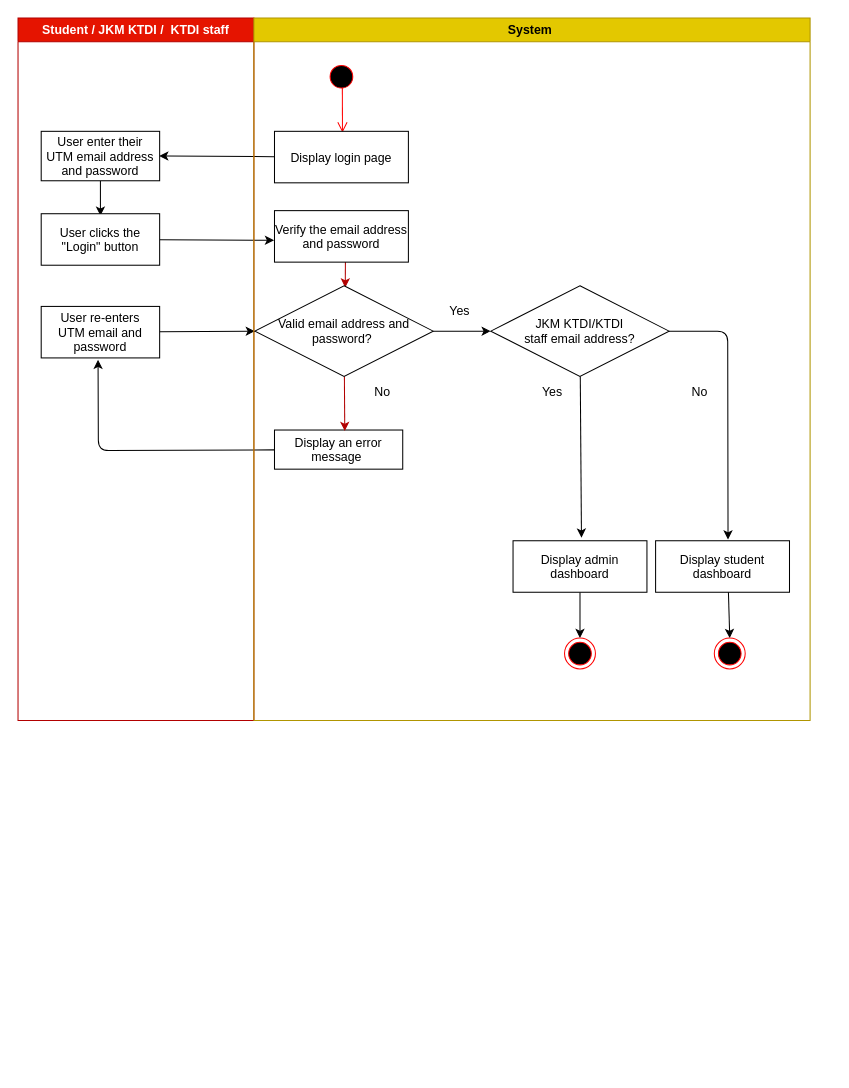
Earlier version of the draw.io diagram page "UC002activity" (9 of 10) of project/drawio/Curiousity/UML.drawio (drshahizan/software-engineering). Source tidied: cells renumbered, new cells numbered last; positions are measured from the earlier drawing's top-left corner, leaving out a move shared by most shapes. Both pictures are drawn from the tidied source at 103%, with x=0, y=0 at pixel (18, 18).
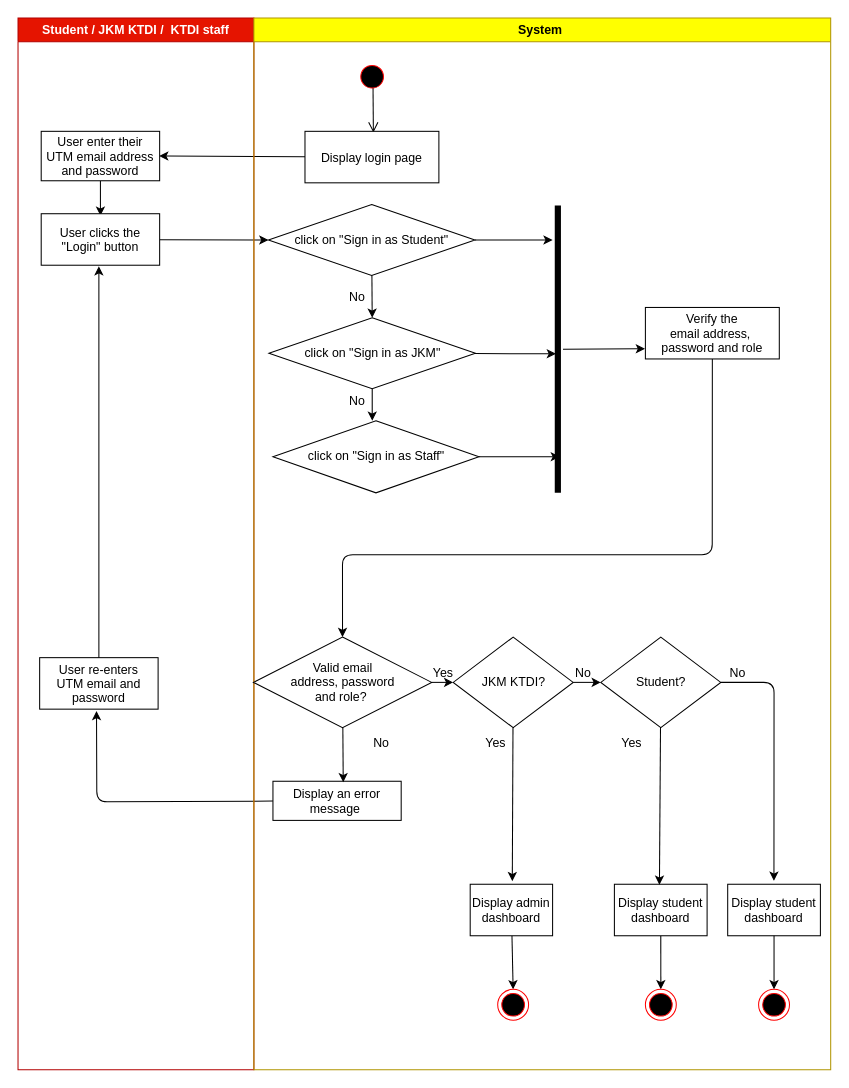
After the change.

The change refers to these unchanged cells:
```xml
<mxCell id="10" value="User clicks the &#10;&quot;Login&quot; button" parent="6" vertex="1">
  <mxGeometry x="22.5" y="190" width="115" height="50" as="geometry" />
</mxCell>
```

Change to the diagram source:
```diff
@@
-    <mxCell id="2" style="edgeStyle=none;html=1;entryX=0;entryY=0.5;entryDx=0;entryDy=0;" parent="1" edge="1" source="9" target="21">
-      <mxGeometry relative="1" as="geometry" />
-    </mxCell>
+    <mxCell id="34" style="edgeStyle=none;html=1;entryX=0;entryY=0.5;entryDx=0;entryDy=0;fontFamily=Helvetica;fontSize=12;fontColor=rgb(240, 240, 240);" parent="1" edge="1" source="10" target="57">
+      <mxGeometry relative="1" as="geometry" />
+    </mxCell>
     <mxCell id="3" style="edgeStyle=none;html=1;entryX=0.48;entryY=1.036;entryDx=0;entryDy=0;entryPerimeter=0;" parent="1" edge="1" source="18" target="9">
       <mxGeometry relative="1" as="geometry">
         <Array as="points">
-          <mxPoint x="78" y="420" />
+          <mxPoint x="76.5" y="761" />
         </Array>
       </mxGeometry>
     </mxCell>
-    <mxCell id="4" style="edgeStyle=none;html=1;entryX=-0.003;entryY=0.576;entryDx=0;entryDy=0;entryPerimeter=0;" parent="1" edge="1" source="10" target="15">
-      <mxGeometry relative="1" as="geometry" />
-    </mxCell>
@@
     <mxCell id="6" value="Student / JKM KTDI /  KTDI staff" style="swimlane;whiteSpace=wrap;fillColor=#e51400;fontColor=#ffffff;strokeColor=#B20000;startSize=23;" parent="1" vertex="1">
-      <mxGeometry width="229" height="682" as="geometry" />
+      <mxGeometry width="229" height="1021" as="geometry" />
     </mxCell>
@@
     <mxCell id="9" value="User re-enters&#10;UTM email and &#10;password" parent="6" vertex="1">
-      <mxGeometry x="22.5" y="280" width="115" height="50" as="geometry" />
+      <mxGeometry x="21" y="621" width="115" height="50" as="geometry" />
     </mxCell>
@@
-    <mxCell id="11" value="System " style="swimlane;whiteSpace=wrap;fillColor=#e3c800;fontColor=#000000;strokeColor=#B09500;startSize=23;" parent="1" vertex="1">
-      <mxGeometry x="229" width="540" height="682" as="geometry" />
+    <mxCell id="11" value="System " style="swimlane;whiteSpace=wrap;fillColor=#FFFF00;fontColor=#000000;strokeColor=#B09500;startSize=23;" parent="1" vertex="1">
+      <mxGeometry x="229" width="560" height="1021" as="geometry" />
     </mxCell>
-    <mxCell id="12" style="edgeStyle=elbowEdgeStyle;elbow=horizontal;verticalAlign=bottom;endArrow=open;endSize=8;strokeColor=#FF0000;endFill=1;rounded=0;entryX=0.506;entryY=0.025;entryDx=0;entryDy=0;entryPerimeter=0;exitX=0.529;exitY=0.865;exitDx=0;exitDy=0;exitPerimeter=0;" parent="11" edge="1" source="17" target="13">
-      <mxGeometry x="40" y="20" as="geometry" />
-    </mxCell>
+    <mxCell id="35" style="edgeStyle=elbowEdgeStyle;elbow=horizontal;verticalAlign=bottom;endArrow=open;endSize=8;strokeColor=#000000;endFill=1;rounded=0;entryX=0.506;entryY=0.025;entryDx=0;entryDy=0;entryPerimeter=0;exitX=0.529;exitY=0.865;exitDx=0;exitDy=0;exitPerimeter=0;" parent="11" edge="1" source="39" target="13">
+      <mxGeometry x="40" y="20" as="geometry" />
+    </mxCell>
     <mxCell id="13" value="Display login page" parent="11" vertex="1">
-      <mxGeometry x="20" y="110" width="130" height="50" as="geometry" />
+      <mxGeometry x="49.6" y="110" width="130" height="50" as="geometry" />
     </mxCell>
-    <mxCell id="14" style="edgeStyle=none;html=1;entryX=0.498;entryY=-0.007;entryDx=0;entryDy=0;entryPerimeter=0;fillColor=#e51400;strokeColor=#B20000;" parent="11" edge="1">
-      <mxGeometry relative="1" as="geometry">
-        <mxPoint x="89" y="212" as="sourcePoint" />
-        <mxPoint x="88.7" y="261.7" as="targetPoint" />
-      </mxGeometry>
-    </mxCell>
-    <mxCell id="15" value="Verify the email address&#10;and password" parent="11" vertex="1">
-      <mxGeometry x="20" y="187" width="130" height="50" as="geometry" />
-    </mxCell>
-    <mxCell id="16" value="No" style="text;strokeColor=none;align=center;fillColor=none;html=1;verticalAlign=middle;whiteSpace=wrap;rounded=0;" parent="11" vertex="1">
-      <mxGeometry x="403.1" y="348" width="60" height="30" as="geometry" />
-    </mxCell>
-    <mxCell id="17" style="ellipse;shape=startState;fillColor=#000000;strokeColor=#ff0000;" parent="11" vertex="1">
-      <mxGeometry x="70" y="42" width="30" height="30" as="geometry" />
-    </mxCell>
+    <mxCell id="36" style="edgeStyle=none;html=1;entryX=0.5;entryY=0;entryDx=0;entryDy=0;strokeColor=#000000;fontFamily=Helvetica;fontSize=12;fontColor=rgb(240, 240, 240);" parent="11" edge="1" source="37" target="42">
+      <mxGeometry relative="1" as="geometry">
+        <Array as="points">
+          <mxPoint x="445" y="521" />
+          <mxPoint x="86" y="521" />
+        </Array>
+      </mxGeometry>
+    </mxCell>
+    <mxCell id="37" value="Verify the &#10;email address, &#10;password and role" parent="11" vertex="1">
+      <mxGeometry x="380.1" y="281" width="130" height="50" as="geometry" />
+    </mxCell>
+    <mxCell id="38" value="No" style="text;strokeColor=none;align=center;fillColor=none;html=1;verticalAlign=middle;whiteSpace=wrap;rounded=0;" parent="11" vertex="1">
+      <mxGeometry x="290.1" y="621" width="60" height="30" as="geometry" />
+    </mxCell>
+    <mxCell id="39" style="ellipse;shape=startState;fillColor=#000000;strokeColor=#ff0000;" parent="11" vertex="1">
+      <mxGeometry x="99.8" y="42" width="30" height="30" as="geometry" />
+    </mxCell>
     <mxCell id="18" value="Display an error &#10;message " parent="11" vertex="1">
-      <mxGeometry x="20" y="400" width="124.5" height="38" as="geometry" />
+      <mxGeometry x="18.5" y="741" width="124.5" height="38" as="geometry" />
     </mxCell>
-    <mxCell id="19" style="edgeStyle=none;html=1;fillColor=#e51400;strokeColor=#B20000;entryX=0.548;entryY=0.026;entryDx=0;entryDy=0;entryPerimeter=0;" parent="11" edge="1" source="21" target="18">
-      <mxGeometry relative="1" as="geometry" />
-    </mxCell>
-    <mxCell id="20" style="edgeStyle=none;html=1;entryX=0;entryY=0.5;entryDx=0;entryDy=0;" parent="11" edge="1" source="21" target="27">
-      <mxGeometry relative="1" as="geometry" />
-    </mxCell>
-    <mxCell id="21" value="Valid email address and password?&amp;nbsp;" style="rhombus;whiteSpace=wrap;html=1;" parent="11" vertex="1">
-      <mxGeometry x="1" y="260" width="173.1" height="88" as="geometry" />
-    </mxCell>
-    <mxCell id="22" value="Yes" style="text;strokeColor=none;align=center;fillColor=none;html=1;verticalAlign=middle;whiteSpace=wrap;rounded=0;" parent="11" vertex="1">
-      <mxGeometry x="170" y="270" width="60" height="30" as="geometry" />
-    </mxCell>
-    <mxCell id="23" value="No" style="text;strokeColor=none;align=center;fillColor=none;html=1;verticalAlign=middle;whiteSpace=wrap;rounded=0;" parent="11" vertex="1">
-      <mxGeometry x="95" y="348" width="60" height="30" as="geometry" />
-    </mxCell>
-    <mxCell id="24" value="Yes" style="text;strokeColor=none;align=center;fillColor=none;html=1;verticalAlign=middle;whiteSpace=wrap;rounded=0;" parent="11" vertex="1">
-      <mxGeometry x="260" y="348" width="60" height="30" as="geometry" />
-    </mxCell>
-    <mxCell id="25" style="edgeStyle=none;html=1;entryX=0.511;entryY=-0.06;entryDx=0;entryDy=0;entryPerimeter=0;" parent="11" edge="1" source="27" target="29">
-      <mxGeometry relative="1" as="geometry" />
-    </mxCell>
-    <mxCell id="26" style="edgeStyle=none;html=1;entryX=0.541;entryY=-0.023;entryDx=0;entryDy=0;entryPerimeter=0;" parent="11" edge="1" source="27" target="31">
-      <mxGeometry relative="1" as="geometry">
-        <Array as="points">
-          <mxPoint x="460" y="304" />
-        </Array>
-      </mxGeometry>
-    </mxCell>
-    <mxCell id="27" value="JKM KTDI/KTDI &lt;br&gt;staff email address?" style="rhombus;whiteSpace=wrap;html=1;" parent="11" vertex="1">
-      <mxGeometry x="230" y="260" width="173.1" height="88" as="geometry" />
-    </mxCell>
-    <mxCell id="28" style="edgeStyle=none;html=1;entryX=0.5;entryY=0;entryDx=0;entryDy=0;" parent="11" edge="1" source="29" target="33">
-      <mxGeometry relative="1" as="geometry" />
-    </mxCell>
+    <mxCell id="40" style="edgeStyle=none;html=1;fillColor=#e51400;strokeColor=#000000;entryX=0.548;entryY=0.026;entryDx=0;entryDy=0;entryPerimeter=0;" parent="11" edge="1" source="42" target="18">
+      <mxGeometry relative="1" as="geometry" />
+    </mxCell>
+    <mxCell id="41" style="edgeStyle=none;html=1;entryX=0;entryY=0.5;entryDx=0;entryDy=0;" parent="11" edge="1" source="42" target="48">
+      <mxGeometry relative="1" as="geometry" />
+    </mxCell>
+    <mxCell id="42" value="Valid email &lt;br&gt;address, password &lt;br&gt;and role?&amp;nbsp;" style="rhombus;whiteSpace=wrap;html=1;" parent="11" vertex="1">
+      <mxGeometry x="-0.5" y="601" width="173.1" height="88" as="geometry" />
+    </mxCell>
+    <mxCell id="43" value="Yes" style="text;strokeColor=none;align=center;fillColor=none;html=1;verticalAlign=middle;whiteSpace=wrap;rounded=0;" parent="11" vertex="1">
+      <mxGeometry x="153.5" y="621" width="60" height="30" as="geometry" />
+    </mxCell>
+    <mxCell id="44" value="No" style="text;strokeColor=none;align=center;fillColor=none;html=1;verticalAlign=middle;whiteSpace=wrap;rounded=0;" parent="11" vertex="1">
+      <mxGeometry x="93.5" y="689" width="60" height="30" as="geometry" />
+    </mxCell>
+    <mxCell id="45" value="Yes" style="text;strokeColor=none;align=center;fillColor=none;html=1;verticalAlign=middle;whiteSpace=wrap;rounded=0;" parent="11" vertex="1">
+      <mxGeometry x="205.1" y="689" width="60" height="30" as="geometry" />
+    </mxCell>
+    <mxCell id="46" style="edgeStyle=none;html=1;entryX=0.511;entryY=-0.06;entryDx=0;entryDy=0;entryPerimeter=0;" parent="11" edge="1" source="48" target="29">
+      <mxGeometry relative="1" as="geometry" />
+    </mxCell>
+    <mxCell id="47" style="edgeStyle=none;html=1;entryX=0;entryY=0.5;entryDx=0;entryDy=0;strokeColor=#000000;fontFamily=Helvetica;fontSize=12;fontColor=rgb(240, 240, 240);" parent="11" edge="1" source="48" target="67">
+      <mxGeometry relative="1" as="geometry" />
+    </mxCell>
+    <mxCell id="48" value="JKM KTDI?" style="rhombus;whiteSpace=wrap;html=1;" parent="11" vertex="1">
+      <mxGeometry x="193.5" y="601" width="116.5" height="88" as="geometry" />
+    </mxCell>
+    <mxCell id="49" style="edgeStyle=none;html=1;entryX=0.5;entryY=0;entryDx=0;entryDy=0;" parent="11" edge="1" source="29" target="53">
+      <mxGeometry relative="1" as="geometry" />
+    </mxCell>
     <mxCell id="29" value="Display admin &#10;dashboard" parent="11" vertex="1">
-      <mxGeometry x="251.6" y="507.5" width="130" height="50" as="geometry" />
+      <mxGeometry x="210" y="841" width="80" height="50" as="geometry" />
     </mxCell>
-    <mxCell id="30" style="edgeStyle=none;html=1;entryX=0.5;entryY=0;entryDx=0;entryDy=0;" parent="11" edge="1" target="32">
-      <mxGeometry relative="1" as="geometry">
-        <mxPoint x="460" y="533" as="sourcePoint" />
-      </mxGeometry>
-    </mxCell>
-    <mxCell id="31" value="Display student&#10;dashboard" parent="11" vertex="1">
-      <mxGeometry x="390" y="507.5" width="130" height="50" as="geometry" />
-    </mxCell>
-    <mxCell id="32" style="ellipse;html=1;shape=endState;fillColor=#000000;strokeColor=#ff0000;" parent="11" vertex="1">
-      <mxGeometry x="447" y="602" width="30" height="30" as="geometry" />
-    </mxCell>
-    <mxCell id="33" style="ellipse;html=1;shape=endState;fillColor=#000000;strokeColor=#ff0000;" parent="11" vertex="1">
-      <mxGeometry x="301.6" y="602" width="30" height="30" as="geometry" />
-    </mxCell>
+    <mxCell id="50" style="edgeStyle=none;html=1;entryX=0.5;entryY=0;entryDx=0;entryDy=0;" parent="11" edge="1" source="51" target="52">
+      <mxGeometry relative="1" as="geometry" />
+    </mxCell>
+    <mxCell id="51" value="Display student&#10;dashboard" parent="11" vertex="1">
+      <mxGeometry x="350" y="841" width="90" height="50" as="geometry" />
+    </mxCell>
+    <mxCell id="52" style="ellipse;html=1;shape=endState;fillColor=#000000;strokeColor=#ff0000;" parent="11" vertex="1">
+      <mxGeometry x="380.1" y="943" width="30" height="30" as="geometry" />
+    </mxCell>
+    <mxCell id="53" style="ellipse;html=1;shape=endState;fillColor=#000000;strokeColor=#ff0000;" parent="11" vertex="1">
+      <mxGeometry x="236.7" y="943" width="30" height="30" as="geometry" />
+    </mxCell>
+    <mxCell id="54" style="edgeStyle=none;html=1;entryX=0.5;entryY=0;entryDx=0;entryDy=0;fontFamily=Helvetica;fontSize=12;fontColor=rgb(240, 240, 240);" parent="11" edge="1" source="57" target="63">
+      <mxGeometry relative="1" as="geometry" />
+    </mxCell>
+    <mxCell id="55" value="No" style="edgeLabel;html=1;align=center;verticalAlign=middle;fontSize=12;fontFamily=Helvetica;fontColor=#000000;" parent="54" vertex="1">
+      <mxGeometry x="-0.19" y="-1" relative="1" as="geometry">
+        <mxPoint x="-14" y="4" as="offset" />
+      </mxGeometry>
+    </mxCell>
+    <mxCell id="56" style="edgeStyle=none;html=1;entryX=0.12;entryY=1.006;entryDx=0;entryDy=0;entryPerimeter=0;strokeColor=#000000;fontFamily=Helvetica;fontSize=12;fontColor=rgb(240, 240, 240);" parent="11" edge="1" source="57" target="65">
+      <mxGeometry relative="1" as="geometry" />
+    </mxCell>
+    <mxCell id="57" value="click on &quot;Sign in as Student&quot;" style="rhombus;whiteSpace=wrap;html=1;fillColor=none;strokeColor=#000000;" parent="11" vertex="1">
+      <mxGeometry x="14.1" y="181" width="200.5" height="69" as="geometry" />
+    </mxCell>
+    <mxCell id="58" style="edgeStyle=none;html=1;entryX=0.874;entryY=0.3;entryDx=0;entryDy=0;entryPerimeter=0;strokeColor=#000000;fontFamily=Helvetica;fontSize=12;fontColor=rgb(240, 240, 240);" parent="11" edge="1" source="59" target="65">
+      <mxGeometry relative="1" as="geometry" />
+    </mxCell>
+    <mxCell id="59" value="click on &quot;Sign in as Staff&quot;" style="rhombus;whiteSpace=wrap;html=1;fillColor=none;strokeColor=#000000;" parent="11" vertex="1">
+      <mxGeometry x="18.5" y="391" width="200" height="70" as="geometry" />
+    </mxCell>
+    <mxCell id="60" style="edgeStyle=none;html=1;entryX=0.482;entryY=0;entryDx=0;entryDy=0;entryPerimeter=0;fontFamily=Helvetica;fontSize=12;fontColor=rgb(240, 240, 240);" parent="11" edge="1" source="63" target="59">
+      <mxGeometry relative="1" as="geometry" />
+    </mxCell>
+    <mxCell id="61" value="No" style="edgeLabel;html=1;align=center;verticalAlign=middle;fontSize=12;fontFamily=Helvetica;fontColor=#000000;" parent="60" vertex="1">
+      <mxGeometry x="-0.24" y="-1" relative="1" as="geometry">
+        <mxPoint x="-14" as="offset" />
+      </mxGeometry>
+    </mxCell>
+    <mxCell id="62" style="edgeStyle=none;html=1;entryX=0.516;entryY=0.684;entryDx=0;entryDy=0;entryPerimeter=0;strokeColor=#000000;fontFamily=Helvetica;fontSize=12;fontColor=rgb(240, 240, 240);" parent="11" edge="1" source="63" target="65">
+      <mxGeometry relative="1" as="geometry" />
+    </mxCell>
+    <mxCell id="63" value="click on &quot;Sign in as JKM&quot;" style="rhombus;whiteSpace=wrap;html=1;fillColor=none;strokeColor=#000000;" parent="11" vertex="1">
+      <mxGeometry x="14.6" y="291" width="200.5" height="69" as="geometry" />
+    </mxCell>
+    <mxCell id="64" style="edgeStyle=none;html=1;entryX=-0.003;entryY=0.802;entryDx=0;entryDy=0;entryPerimeter=0;strokeColor=#000000;fontFamily=Helvetica;fontSize=12;fontColor=rgb(240, 240, 240);" parent="11" edge="1" source="65" target="37">
+      <mxGeometry relative="1" as="geometry" />
+    </mxCell>
+    <mxCell id="65" style="shape=line;html=1;strokeWidth=6;strokeColor=#000000;fontFamily=Helvetica;fontSize=12;fontColor=rgb(240, 240, 240);fillColor=#ffffc0;direction=south;" parent="11" vertex="1">
+      <mxGeometry x="290.1" y="182" width="10" height="279" as="geometry" />
+    </mxCell>
+    <mxCell id="66" style="edgeStyle=none;html=1;entryX=0.486;entryY=0.011;entryDx=0;entryDy=0;entryPerimeter=0;strokeColor=#000000;fontFamily=Helvetica;fontSize=12;fontColor=rgb(240, 240, 240);" parent="11" edge="1" source="67" target="51">
+      <mxGeometry relative="1" as="geometry" />
+    </mxCell>
+    <mxCell id="67" value="Student?" style="rhombus;whiteSpace=wrap;html=1;" parent="11" vertex="1">
+      <mxGeometry x="336.8" y="601" width="116.5" height="88" as="geometry" />
+    </mxCell>
+    <mxCell id="68" value="Display student&#10;dashboard" parent="11" vertex="1">
+      <mxGeometry x="460" y="841" width="90" height="50" as="geometry" />
+    </mxCell>
+    <mxCell id="69" style="edgeStyle=none;html=1;strokeColor=#000000;fontFamily=Helvetica;fontSize=12;fontColor=rgb(240, 240, 240);entryX=0.499;entryY=-0.066;entryDx=0;entryDy=0;entryPerimeter=0;" parent="11" edge="1" source="67" target="68">
+      <mxGeometry relative="1" as="geometry">
+        <Array as="points">
+          <mxPoint x="505" y="645" />
+        </Array>
+      </mxGeometry>
+    </mxCell>
+    <mxCell id="70" value="No" style="text;strokeColor=none;align=center;fillColor=none;html=1;verticalAlign=middle;whiteSpace=wrap;rounded=0;" parent="11" vertex="1">
+      <mxGeometry x="440" y="621" width="60" height="30" as="geometry" />
+    </mxCell>
+    <mxCell id="71" value="Yes" style="text;strokeColor=none;align=center;fillColor=none;html=1;verticalAlign=middle;whiteSpace=wrap;rounded=0;" parent="11" vertex="1">
+      <mxGeometry x="336.8" y="689" width="60" height="30" as="geometry" />
+    </mxCell>
+    <mxCell id="72" style="ellipse;html=1;shape=endState;fillColor=#000000;strokeColor=#ff0000;fontFamily=Helvetica;fontSize=12;fontColor=rgb(240, 240, 240);" parent="11" vertex="1">
+      <mxGeometry x="490" y="943" width="30" height="30" as="geometry" />
+    </mxCell>
+    <mxCell id="73" style="edgeStyle=none;html=1;strokeColor=#000000;fontFamily=Helvetica;fontSize=12;fontColor=rgb(240, 240, 240);" parent="11" edge="1" source="68" target="72">
+      <mxGeometry relative="1" as="geometry" />
+    </mxCell>
+    <mxCell id="74" style="edgeStyle=none;html=1;strokeColor=#000000;fontFamily=Helvetica;fontSize=12;fontColor=rgb(240, 240, 240);" parent="1" edge="1" source="9">
+      <mxGeometry relative="1" as="geometry">
+        <mxPoint x="78.5" y="241" as="targetPoint" />
+      </mxGeometry>
+    </mxCell>
```
